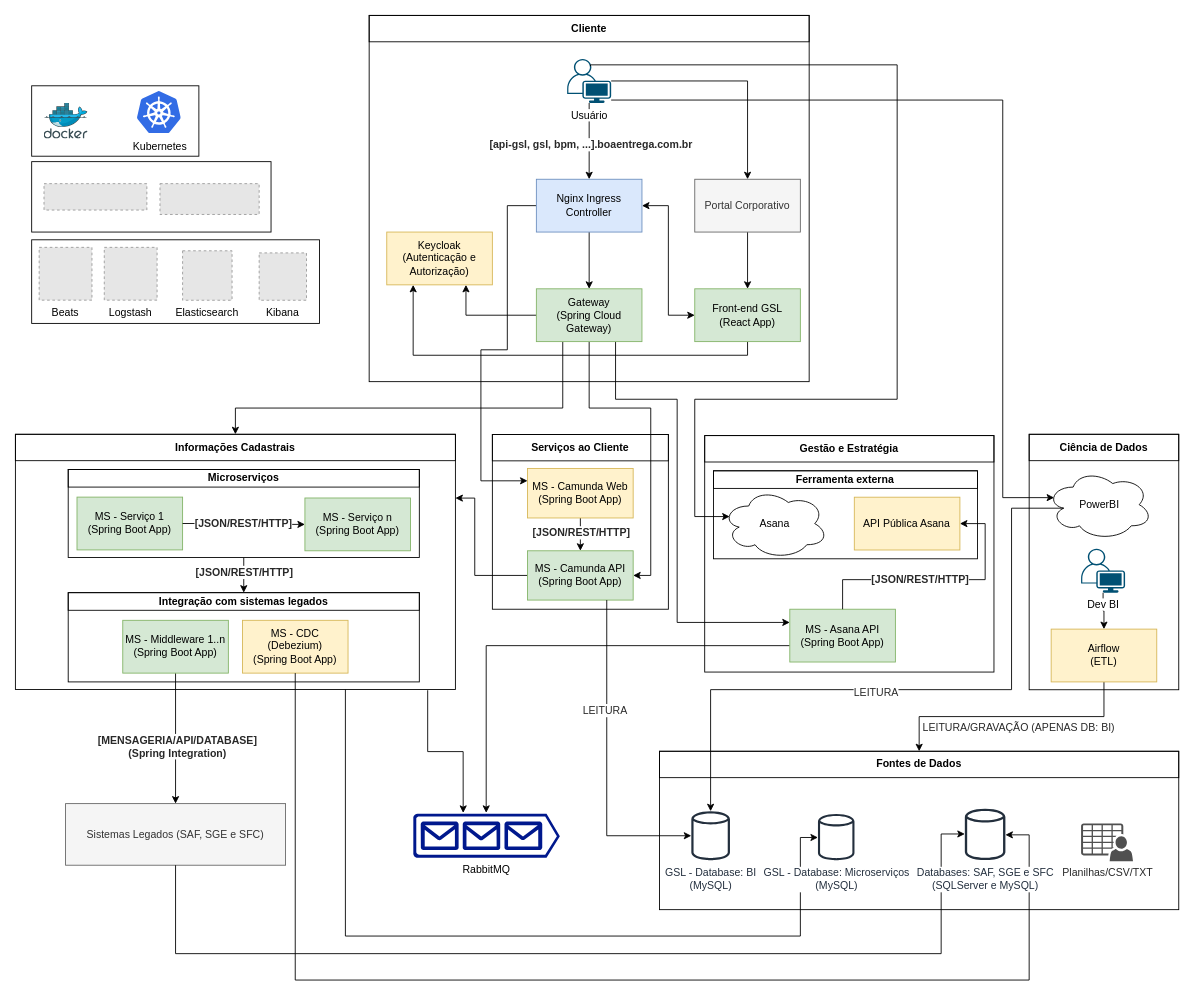
Earlier version of the draw.io diagram docs/diagramas/macroarquitetura.drawio (paulooorg/tcc-asd). Source tidied: cells renumbered, new cells numbered last; positions are measured from the earlier drawing's top-left corner, leaving out a move shared by most shapes. Both pictures are drawn from the tidied source at 88%, with x=0, y=0 at pixel (15, 15). Pictures stored in the file or linked from it are replaced by grey dashed boxes.
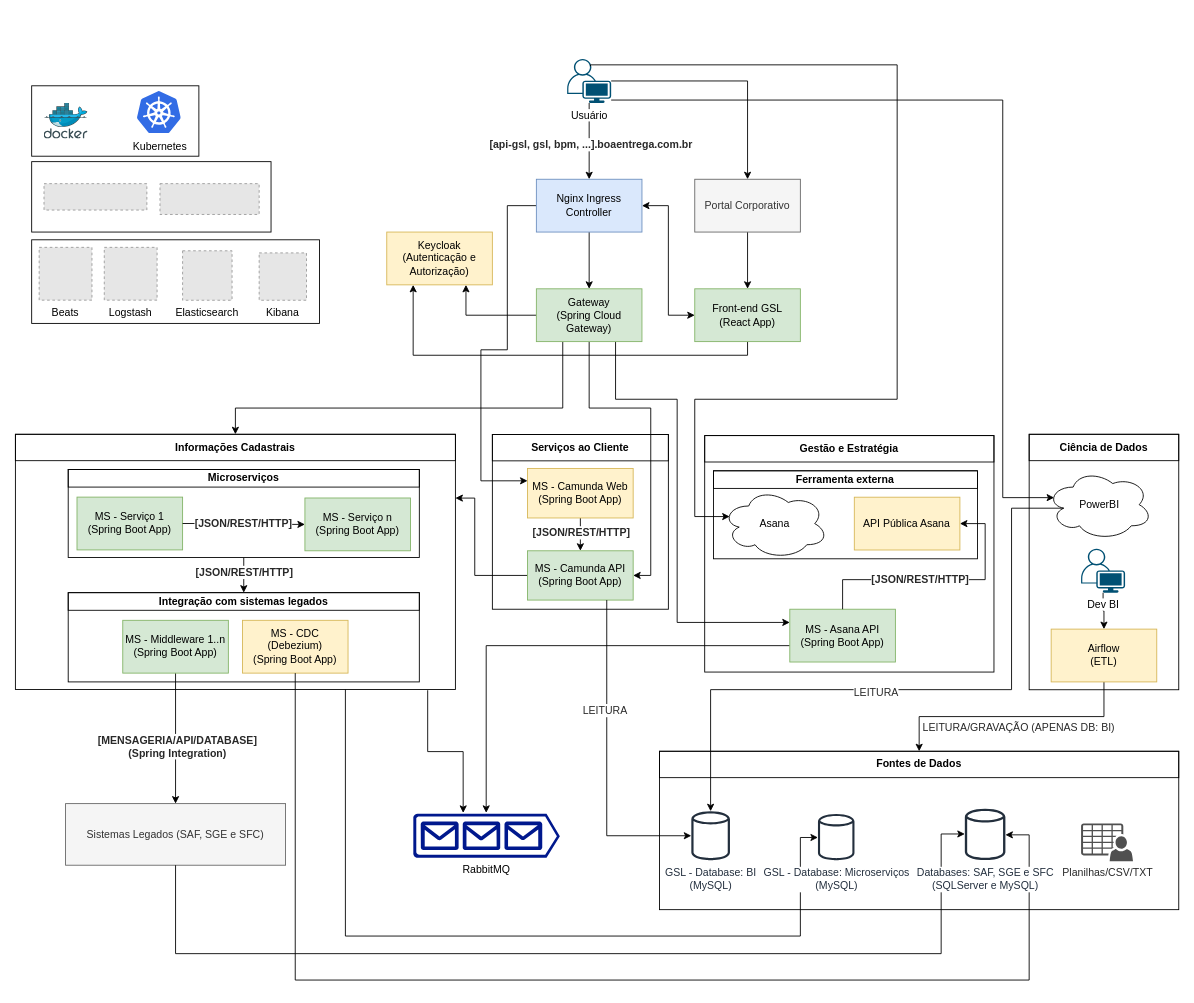
After the change.

Diff of the diagram source:
```diff
@@
-    <mxCell id="11" style="rounded=0;whiteSpace=wrap;html=1;" parent="1" vertex="1">
-      <mxGeometry x="402" width="500" height="416.2" as="geometry" />
-    </mxCell>
-    <mxCell id="12" value="Cliente" style="text;html=1;strokeColor=default;fillColor=none;align=center;verticalAlign=middle;whiteSpace=wrap;rounded=0;fontStyle=1;labelBorderColor=none;labelBackgroundColor=none;" parent="1" vertex="1">
-      <mxGeometry x="402" width="500" height="30" as="geometry" />
-    </mxCell>
```
